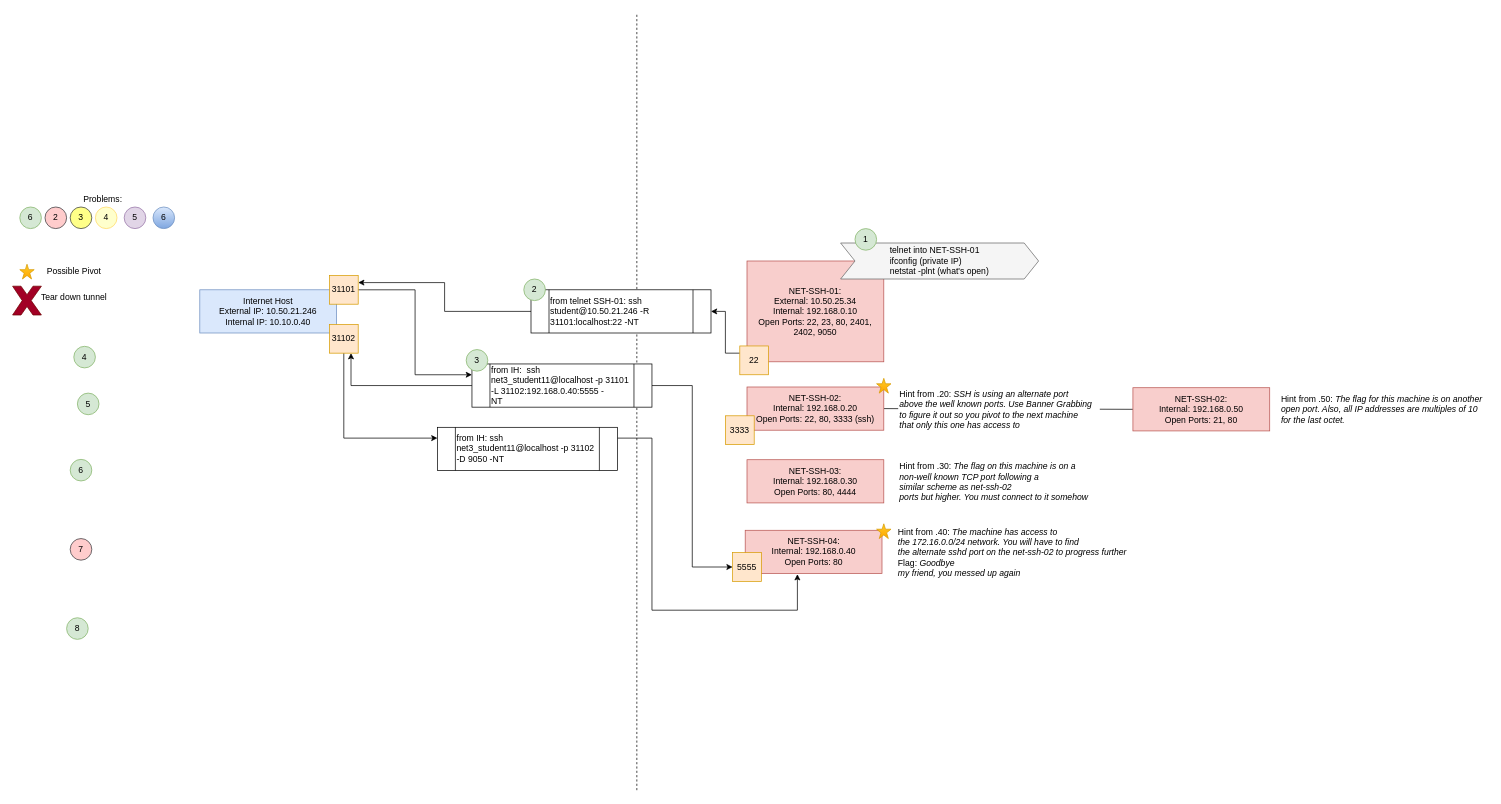
The draw.io diagram ctf/data_collection/CTF_data_collection6.drawio in abfarr/cctc, before the edit. Source tidied: cells renumbered, new cells numbered last; positions are measured from the earlier drawing's top-left corner, leaving out a move shared by most shapes. Both pictures are drawn from the tidied source at 72%, with x=0, y=0 at pixel (12, 12).
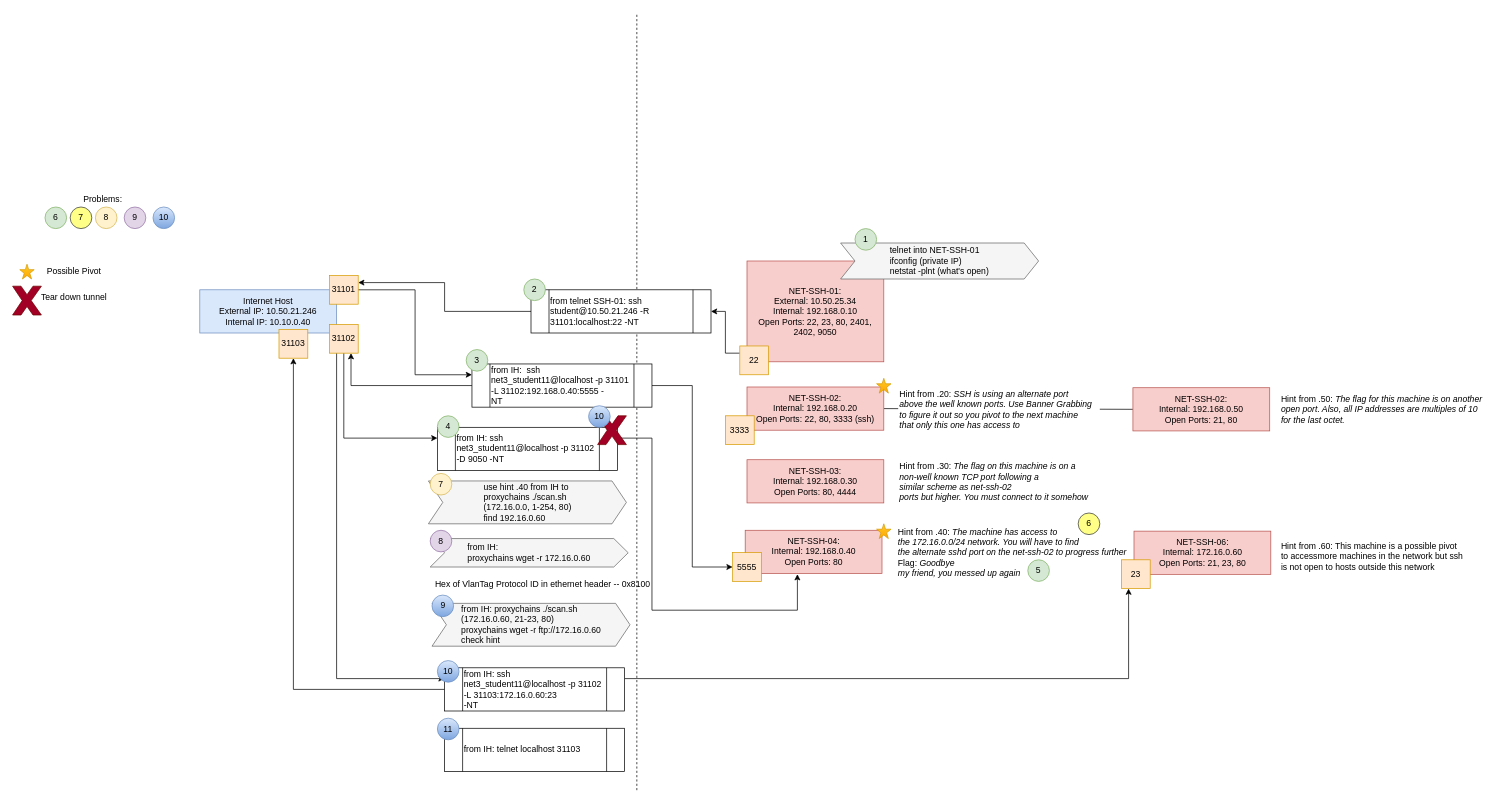
The same page after the edit.

The change refers to these unchanged cells:
```xml
<mxCell id="32" value="31102" style="whiteSpace=wrap;html=1;fillColor=#ffe6cc;strokeColor=#d79b00;" parent="1" vertex="1">
  <mxGeometry x="440" y="433" width="40" height="40" as="geometry" />
</mxCell>
```

The edit, as a diff of the source:
```diff
@@
-    <mxCell id="18" value="4" style="ellipse;whiteSpace=wrap;html=1;fillColor=#d5e8d4;strokeColor=#82b366;" parent="1" vertex="1">
-      <mxGeometry x="85" y="463.5" width="30" height="30" as="geometry" />
-    </mxCell>
-    <mxCell id="19" value="5" style="ellipse;whiteSpace=wrap;html=1;fillColor=#d5e8d4;strokeColor=#82b366;" parent="1" vertex="1">
-      <mxGeometry x="90" y="528.5" width="30" height="30" as="geometry" />
-    </mxCell>
@@
-    <mxCell id="24" value="6" style="ellipse;whiteSpace=wrap;html=1;fillColor=#d5e8d4;strokeColor=#82b366;" parent="1" vertex="1">
-      <mxGeometry x="80" y="620.5" width="30" height="30" as="geometry" />
-    </mxCell>
-    <mxCell id="25" value="7" style="ellipse;whiteSpace=wrap;html=1;fillColor=#ffcccc;strokeColor=#36393d;" parent="1" vertex="1">
-      <mxGeometry x="80" y="730.5" width="30" height="30" as="geometry" />
-    </mxCell>
-    <mxCell id="26" value="8" style="ellipse;whiteSpace=wrap;html=1;fillColor=#d5e8d4;strokeColor=#82b366;" parent="1" vertex="1">
-      <mxGeometry x="75" y="840.5" width="30" height="30" as="geometry" />
-    </mxCell>
@@
+    <mxCell id="51" style="edgeStyle=orthogonalEdgeStyle;rounded=0;jettySize=auto;html=1;exitX=0.25;exitY=1;exitDx=0;exitDy=0;entryX=0;entryY=0.25;entryDx=0;entryDy=0;" parent="1" edge="1" source="32" target="64">
+      <mxGeometry relative="1" as="geometry" />
+    </mxCell>
@@
-    <mxCell id="35" value="6" style="ellipse;whiteSpace=wrap;html=1;fillColor=#d5e8d4;strokeColor=#82b366;" parent="1" vertex="1">
-      <mxGeometry x="10" y="270" width="30" height="30" as="geometry" />
+    <mxCell id="35" value="7" style="ellipse;whiteSpace=wrap;html=1;fillColor=#ffff88;strokeColor=#36393d;" parent="1" vertex="1">
+      <mxGeometry x="80" y="270" width="30" height="30" as="geometry" />
     </mxCell>
-    <mxCell id="36" value="4" style="ellipse;whiteSpace=wrap;html=1;fillColor=#FFFFCC;strokeColor=#FFD966;" parent="1" vertex="1">
+    <mxCell id="36" value="8" style="ellipse;whiteSpace=wrap;html=1;fillColor=#fff2cc;strokeColor=#d6b656;" parent="1" vertex="1">
       <mxGeometry x="115" y="270" width="30" height="30" as="geometry" />
     </mxCell>
-    <mxCell id="37" value="5" style="ellipse;whiteSpace=wrap;html=1;fillColor=#e1d5e7;strokeColor=#9673a6;" parent="1" vertex="1">
+    <mxCell id="37" value="9" style="ellipse;whiteSpace=wrap;html=1;fillColor=#e1d5e7;strokeColor=#9673a6;" parent="1" vertex="1">
       <mxGeometry x="155" y="270" width="30" height="30" as="geometry" />
     </mxCell>
-    <mxCell id="38" value="3" style="ellipse;whiteSpace=wrap;html=1;fillColor=#ffff88;strokeColor=#36393d;" parent="1" vertex="1">
-      <mxGeometry x="80" y="270" width="30" height="30" as="geometry" />
+    <mxCell id="38" value="6" style="ellipse;whiteSpace=wrap;html=1;fillColor=#d5e8d4;strokeColor=#82b366;" parent="1" vertex="1">
+      <mxGeometry x="45" y="270" width="30" height="30" as="geometry" />
     </mxCell>
-    <mxCell id="39" value="2" style="ellipse;whiteSpace=wrap;html=1;fillColor=#ffcccc;strokeColor=#36393d;" parent="1" vertex="1">
-      <mxGeometry x="45" y="270" width="30" height="30" as="geometry" />
-    </mxCell>
@@
-    <mxCell id="47" value="6" style="ellipse;whiteSpace=wrap;html=1;fillColor=#dae8fc;strokeColor=#6c8ebf;gradientColor=#7ea6e0;" parent="1" vertex="1">
+    <mxCell id="47" value="10" style="ellipse;whiteSpace=wrap;html=1;fillColor=#dae8fc;strokeColor=#6c8ebf;gradientColor=#7ea6e0;" parent="1" vertex="1">
       <mxGeometry x="195" y="270" width="30" height="30" as="geometry" />
     </mxCell>
@@
+    <mxCell id="52" value="&lt;div style=&quot;text-align: left&quot;&gt;&lt;font color=&quot;#000000&quot;&gt;use hint .40 from IH to&amp;nbsp;&lt;/font&gt;&lt;/div&gt;&lt;div style=&quot;text-align: left&quot;&gt;&lt;font color=&quot;#000000&quot;&gt;proxychains ./scan.sh&lt;/font&gt;&lt;/div&gt;&lt;div style=&quot;text-align: left&quot;&gt;&lt;font color=&quot;#000000&quot;&gt;(172.16.0.0, 1-254, 80)&lt;/font&gt;&lt;/div&gt;&lt;div style=&quot;text-align: left&quot;&gt;&lt;font color=&quot;#000000&quot;&gt;find 192.16.0.60&lt;/font&gt;&lt;/div&gt;" style="shape=step;perimeter=stepPerimeter;whiteSpace=wrap;html=1;fixedSize=1;align=center;fillColor=#f5f5f5;fontColor=#333333;strokeColor=#666666;" parent="1" vertex="1">
+      <mxGeometry x="577.5" y="650.5" width="275" height="59.5" as="geometry" />
+    </mxCell>
+    <mxCell id="53" value="NET-SSH-06:&lt;br&gt;Internal:&amp;nbsp;172.16.0.60&lt;br&gt;Open Ports: 21, 23, 80" style="rounded=0;whiteSpace=wrap;html=1;fillColor=#f8cecc;strokeColor=#b85450;" parent="1" vertex="1">
+      <mxGeometry x="1557.5" y="720.2" width="190" height="60" as="geometry" />
+    </mxCell>
+    <mxCell id="18" value="4" style="ellipse;whiteSpace=wrap;html=1;fillColor=#d5e8d4;strokeColor=#82b366;" parent="1" vertex="1">
+      <mxGeometry x="590" y="560" width="30" height="30" as="geometry" />
+    </mxCell>
+    <mxCell id="19" value="7" style="ellipse;whiteSpace=wrap;html=1;fillColor=#fff2cc;strokeColor=#d6b656;" parent="1" vertex="1">
+      <mxGeometry x="580" y="640" width="30" height="30" as="geometry" />
+    </mxCell>
+    <mxCell id="54" value="&lt;div&gt;Hex of Vlan&lt;span&gt;Tag Protocol ID in ethernet header -- 0x8100&lt;/span&gt;&lt;/div&gt;" style="text;html=1;align=left;verticalAlign=middle;strokeColor=none;fillColor=none;" parent="1" vertex="1">
+      <mxGeometry x="585" y="784" width="310" height="20" as="geometry" />
+    </mxCell>
+    <mxCell id="55" value="5" style="ellipse;whiteSpace=wrap;html=1;fillColor=#d5e8d4;strokeColor=#82b366;" parent="1" vertex="1">
+      <mxGeometry x="1410" y="760" width="30" height="30" as="geometry" />
+    </mxCell>
+    <mxCell id="24" value="6" style="ellipse;whiteSpace=wrap;html=1;fillColor=#ffff88;strokeColor=#36393d;" parent="1" vertex="1">
+      <mxGeometry x="1480" y="695" width="30" height="30" as="geometry" />
+    </mxCell>
+    <mxCell id="56" value="&lt;div style=&quot;text-align: left&quot;&gt;&lt;span style=&quot;color: rgb(0 , 0 , 0)&quot;&gt;from IH:&lt;/span&gt;&lt;/div&gt;&lt;div style=&quot;text-align: left&quot;&gt;&lt;span style=&quot;color: rgb(0 , 0 , 0)&quot;&gt;proxychains wget -r 172.16.0.60&lt;/span&gt;&lt;br&gt;&lt;/div&gt;" style="shape=step;perimeter=stepPerimeter;whiteSpace=wrap;html=1;fixedSize=1;align=center;fillColor=#f5f5f5;fontColor=#333333;strokeColor=#666666;" parent="1" vertex="1">
+      <mxGeometry x="580" y="730.5" width="275" height="39.5" as="geometry" />
+    </mxCell>
+    <mxCell id="26" value="8" style="ellipse;whiteSpace=wrap;html=1;fillColor=#e1d5e7;strokeColor=#9673a6;" parent="1" vertex="1">
+      <mxGeometry x="580" y="719" width="30" height="30" as="geometry" />
+    </mxCell>
+    <mxCell id="57" value="&lt;div style=&quot;text-align: left&quot;&gt;&lt;span style=&quot;color: rgb(0 , 0 , 0)&quot;&gt;from IH:&amp;nbsp;&lt;/span&gt;&lt;span style=&quot;color: rgb(0 , 0 , 0)&quot;&gt;proxychains ./scan.sh&lt;/span&gt;&lt;/div&gt;&lt;div style=&quot;text-align: left&quot;&gt;&lt;span style=&quot;color: rgb(0 , 0 , 0)&quot;&gt;(172.16.0.60, 21-23, 80)&lt;/span&gt;&lt;/div&gt;&lt;div style=&quot;text-align: left&quot;&gt;&lt;span style=&quot;color: rgb(0 , 0 , 0)&quot;&gt;proxychains wget -r ftp://172.16.0.60&lt;/span&gt;&lt;br&gt;&lt;/div&gt;&lt;div style=&quot;text-align: left&quot;&gt;&lt;span style=&quot;color: rgb(0 , 0 , 0)&quot;&gt;check hint&lt;/span&gt;&lt;/div&gt;" style="shape=step;perimeter=stepPerimeter;whiteSpace=wrap;html=1;fixedSize=1;align=center;fillColor=#f5f5f5;fontColor=#333333;strokeColor=#666666;" parent="1" vertex="1">
+      <mxGeometry x="582.5" y="820.5" width="275" height="59.5" as="geometry" />
+    </mxCell>
+    <mxCell id="58" value="9" style="ellipse;whiteSpace=wrap;html=1;fillColor=#dae8fc;strokeColor=#6c8ebf;gradientColor=#7ea6e0;" parent="1" vertex="1">
+      <mxGeometry x="582.5" y="809" width="30" height="30" as="geometry" />
+    </mxCell>
+    <mxCell id="59" value="Hint from .60: This machine is a possible pivot &lt;br&gt;to accessmore machines in the network but ssh &lt;br&gt;is not open to hosts outside this network" style="text;html=1;align=left;verticalAlign=middle;strokeColor=none;fillColor=none;" parent="1" vertex="1">
+      <mxGeometry x="1760" y="730.5" width="270" height="50" as="geometry" />
+    </mxCell>
+    <mxCell id="60" style="verticalLabelPosition=bottom;verticalAlign=top;html=1;shape=mxgraph.basic.x;fillColor=#a20025;fontColor=#ffffff;strokeColor=#6F0000;" parent="1" vertex="1">
+      <mxGeometry x="812.5" y="560" width="40" height="40" as="geometry" />
+    </mxCell>
+    <mxCell id="61" value="10" style="ellipse;whiteSpace=wrap;html=1;fillColor=#dae8fc;strokeColor=#6c8ebf;gradientColor=#7ea6e0;" parent="1" vertex="1">
+      <mxGeometry x="800" y="546" width="30" height="30" as="geometry" />
+    </mxCell>
+    <mxCell id="62" style="edgeStyle=orthogonalEdgeStyle;rounded=0;jettySize=auto;html=1;exitX=1;exitY=0.25;exitDx=0;exitDy=0;entryX=0.25;entryY=1;entryDx=0;entryDy=0;" parent="1" edge="1" source="64" target="66">
+      <mxGeometry relative="1" as="geometry" />
+    </mxCell>
+    <mxCell id="63" style="edgeStyle=orthogonalEdgeStyle;rounded=0;jettySize=auto;html=1;exitX=0;exitY=0.5;exitDx=0;exitDy=0;" parent="1" edge="1" source="64" target="65">
+      <mxGeometry relative="1" as="geometry" />
+    </mxCell>
+    <mxCell id="64" value="&lt;div&gt;from IH: ssh net3_student11@localhost -p 31102 -L 31103:172.16.0.60:23&lt;/div&gt;&lt;div&gt;-NT&lt;/div&gt;" style="shape=process;whiteSpace=wrap;html=1;backgroundOutline=1;align=left;" parent="1" vertex="1">
+      <mxGeometry x="600" y="910" width="250" height="60" as="geometry" />
+    </mxCell>
+    <mxCell id="65" value="31103" style="whiteSpace=wrap;html=1;fillColor=#ffe6cc;strokeColor=#d79b00;" parent="1" vertex="1">
+      <mxGeometry x="370" y="440" width="40" height="40" as="geometry" />
+    </mxCell>
+    <mxCell id="66" value="23" style="whiteSpace=wrap;html=1;fillColor=#ffe6cc;strokeColor=#d79b00;" parent="1" vertex="1">
+      <mxGeometry x="1540" y="760" width="40" height="40" as="geometry" />
+    </mxCell>
+    <mxCell id="67" value="10" style="ellipse;whiteSpace=wrap;html=1;fillColor=#dae8fc;strokeColor=#6c8ebf;gradientColor=#7ea6e0;" parent="1" vertex="1">
+      <mxGeometry x="590" y="900" width="30" height="30" as="geometry" />
+    </mxCell>
+    <mxCell id="68" value="from IH: telnet localhost 31103" style="shape=process;whiteSpace=wrap;html=1;backgroundOutline=1;align=left;" parent="1" vertex="1">
+      <mxGeometry x="600" y="994" width="250" height="60" as="geometry" />
+    </mxCell>
+    <mxCell id="69" value="11" style="ellipse;whiteSpace=wrap;html=1;fillColor=#dae8fc;strokeColor=#6c8ebf;gradientColor=#7ea6e0;" parent="1" vertex="1">
+      <mxGeometry x="590" y="980" width="30" height="30" as="geometry" />
+    </mxCell>
```
